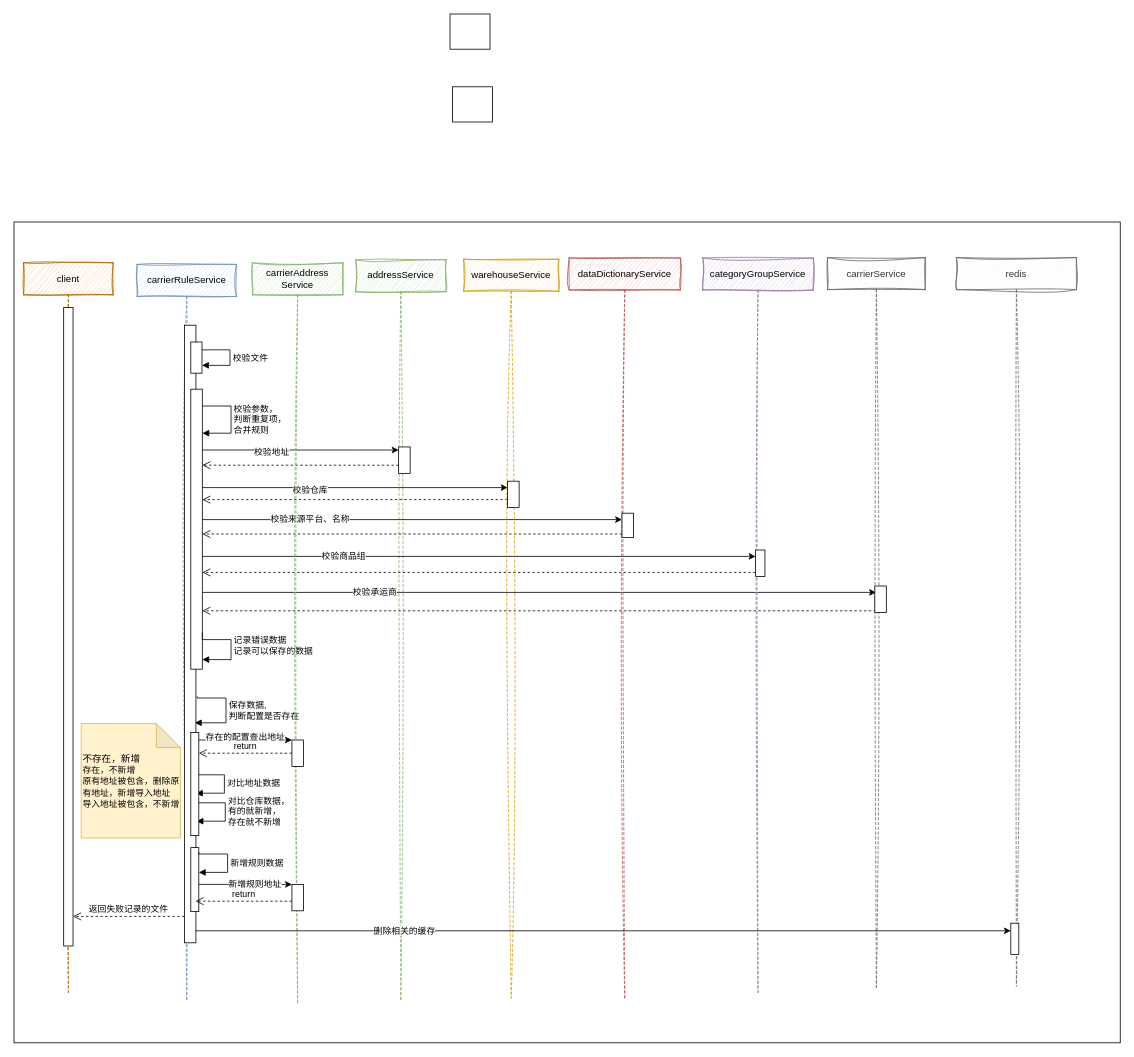
This is 匹配规则.drawio from pipisay/draw, a draw.io file, before an edit. Source tidied: cells renumbered, new cells numbered last; positions are measured from the earlier drawing's top-left corner, leaving out a move shared by most shapes. Both pictures are drawn from the tidied source at 80%, with x=0, y=0 at pixel (14, 14).
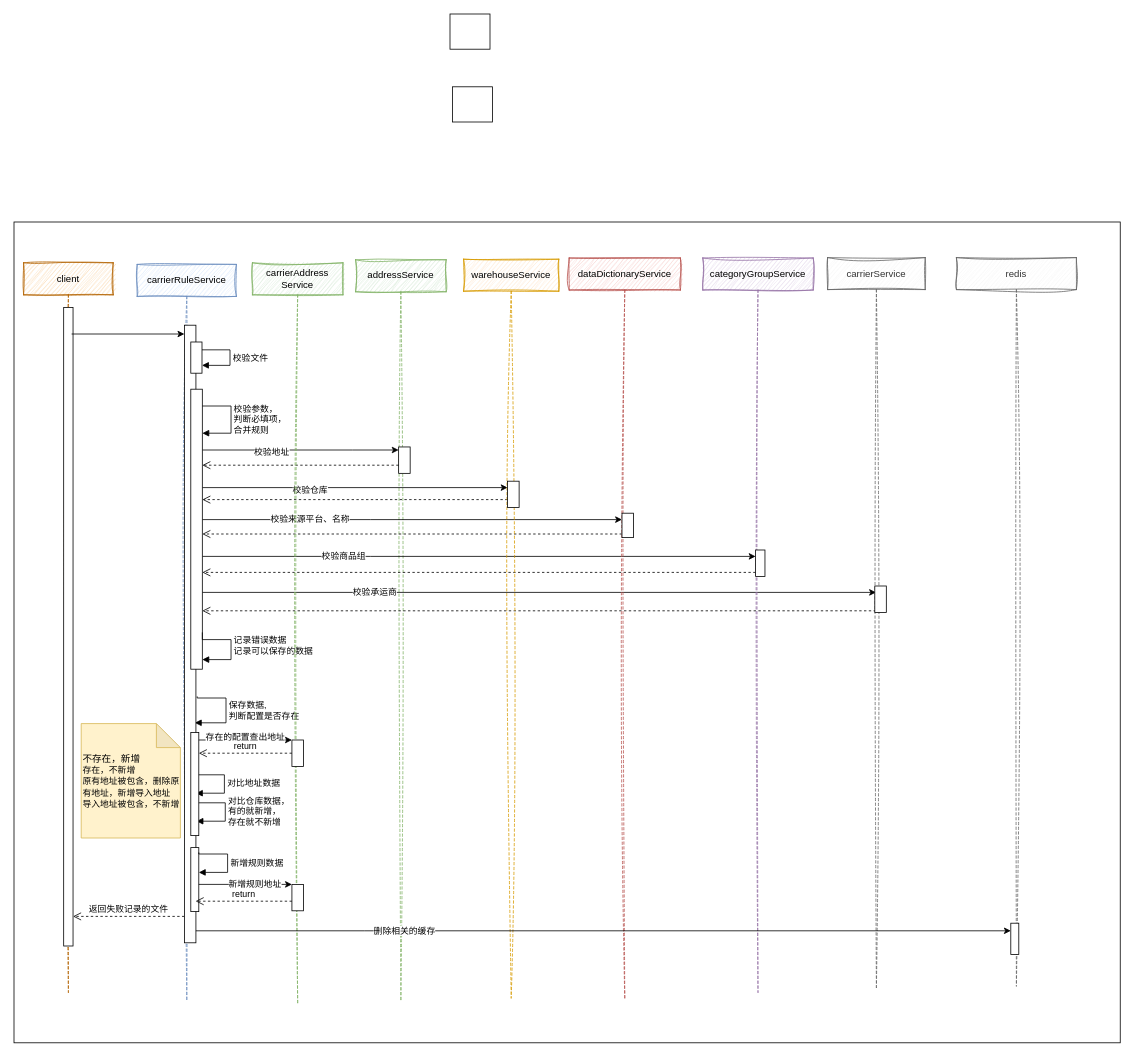
The same page after the edit.

Commit message:
更新匹配规则.drawio

The change refers to these unchanged cells:
```xml
<mxCell id="4" style="rounded=0;whiteSpace=wrap;html=1;" parent="1" vertex="1">
  <mxGeometry y="260" width="1382.8" height="1026" as="geometry" />
</mxCell>
<mxCell id="37" style="html=1;points=[];perimeter=orthogonalPerimeter;outlineConnect=0;targetShapes=umlLifeline;portConstraint=eastwest;newEdgeStyle={&quot;edgeStyle&quot;:&quot;elbowEdgeStyle&quot;,&quot;elbow&quot;:&quot;vertical&quot;,&quot;curved&quot;:0,&quot;rounded&quot;:0};" parent="4" vertex="1">
  <mxGeometry x="213" y="129" width="14.4" height="772" as="geometry" />
</mxCell>
<mxCell id="41" style="group;" parent="4" vertex="1">
  <mxGeometry x="221" y="209" width="50.2" height="350" as="geometry" />
</mxCell>
<mxCell id="42" style="html=1;points=[];perimeter=orthogonalPerimeter;outlineConnect=0;targetShapes=umlLifeline;portConstraint=eastwest;newEdgeStyle={&quot;edgeStyle&quot;:&quot;elbowEdgeStyle&quot;,&quot;elbow&quot;:&quot;vertical&quot;,&quot;curved&quot;:0,&quot;rounded&quot;:0};" parent="41" vertex="1">
  <mxGeometry width="14.4" height="350" as="geometry" />
</mxCell>
```

The edit, as a diff of the source:
```diff
@@
-    <mxCell id="43" value="校验参数，&lt;br&gt;判断重复项，&lt;br&gt;合并规则" style="html=1;align=left;spacingLeft=2;endArrow=block;rounded=0;edgeStyle=orthogonalEdgeStyle;curved=0;rounded=0;" parent="41" edge="1" source="42" target="42">
+    <mxCell id="43" value="校验参数，&lt;br&gt;判断必填项，&lt;br&gt;合并规则" style="html=1;align=left;spacingLeft=2;endArrow=block;rounded=0;edgeStyle=orthogonalEdgeStyle;curved=0;rounded=0;" parent="41" edge="1" source="42" target="42">
       <mxGeometry relative="1" as="geometry">
         <Array as="points">
           <mxPoint x="50.3" y="21" />
           <mxPoint x="50.3" y="55" />
         </Array>
       </mxGeometry>
     </mxCell>
@@
+    <mxCell id="62" style="endArrow=classic;html=1;rounded=0;" parent="4" edge="1" target="37">
+      <mxGeometry relative="1" as="geometry">
+        <mxPoint x="72" y="140" as="sourcePoint" />
+      </mxGeometry>
+    </mxCell>
```
